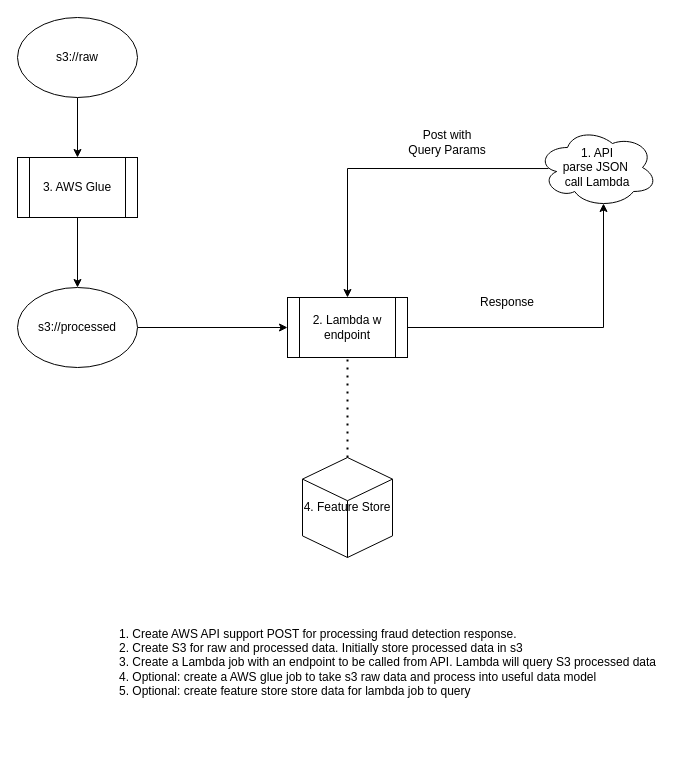
Above: poc.drawio in yimingli92/clouddigrams (draw.io), before the change. Source tidied: cells renumbered, new cells numbered last; positions are measured from the earlier drawing's top-left corner, leaving out a move shared by most shapes. Both pictures are drawn from the tidied source at 100%, with x=0, y=0 at pixel (17, 17).
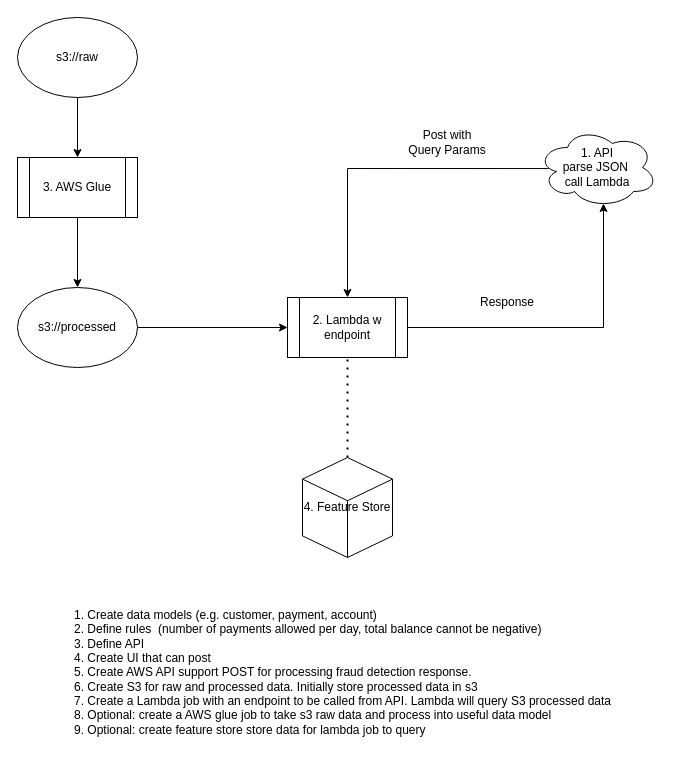
Above is the later version.

What changed in the source:
```diff
@@
 <mxGraphModel>
   <root>
     <mxCell id="0" />
     <mxCell id="1" parent="0" />
     <mxCell id="2" style="edgeStyle=orthogonalEdgeStyle;rounded=0;jettySize=auto;html=1;entryX=0.5;entryY=0;entryDx=0;entryDy=0;exitX=0.092;exitY=0.513;exitDx=0;exitDy=0;exitPerimeter=0;" parent="1" edge="1" source="3" target="5">
       <mxGeometry relative="1" as="geometry" />
     </mxCell>
     <mxCell id="3" value="1. API&lt;br&gt;parse JSON&amp;nbsp;&lt;br&gt;call Lambda" style="ellipse;shape=cloud;whiteSpace=wrap;html=1;" parent="1" vertex="1">
       <mxGeometry x="520" y="110" width="120" height="80" as="geometry" />
     </mxCell>
     <mxCell id="4" style="edgeStyle=orthogonalEdgeStyle;rounded=0;jettySize=auto;html=1;entryX=0.55;entryY=0.95;entryDx=0;entryDy=0;entryPerimeter=0;" parent="1" edge="1" source="5" target="3">
       <mxGeometry relative="1" as="geometry" />
     </mxCell>
     <mxCell id="5" value="2. Lambda w endpoint" style="shape=process;whiteSpace=wrap;html=1;backgroundOutline=1;" parent="1" vertex="1">
       <mxGeometry x="270" y="280" width="120" height="60" as="geometry" />
     </mxCell>
     <mxCell id="6" style="edgeStyle=orthogonalEdgeStyle;rounded=0;jettySize=auto;html=1;" parent="1" edge="1" source="7" target="11">
       <mxGeometry relative="1" as="geometry" />
     </mxCell>
     <mxCell id="7" value="3. AWS Glue" style="shape=process;whiteSpace=wrap;html=1;backgroundOutline=1;" parent="1" vertex="1">
       <mxGeometry y="140" width="120" height="60" as="geometry" />
     </mxCell>
     <mxCell id="8" style="edgeStyle=orthogonalEdgeStyle;rounded=0;jettySize=auto;html=1;" parent="1" edge="1" source="9" target="7">
       <mxGeometry relative="1" as="geometry" />
     </mxCell>
     <mxCell id="9" value="s3://raw" style="ellipse;whiteSpace=wrap;html=1;" parent="1" vertex="1">
       <mxGeometry width="120" height="80" as="geometry" />
     </mxCell>
     <mxCell id="10" style="edgeStyle=orthogonalEdgeStyle;rounded=0;jettySize=auto;html=1;entryX=0;entryY=0.5;entryDx=0;entryDy=0;" parent="1" edge="1" source="11" target="5">
       <mxGeometry relative="1" as="geometry" />
     </mxCell>
     <mxCell id="11" value="s3://processed" style="ellipse;whiteSpace=wrap;html=1;" parent="1" vertex="1">
       <mxGeometry y="270" width="120" height="80" as="geometry" />
     </mxCell>
     <mxCell id="12" value="Post with Query Params" style="text;html=1;strokeColor=none;fillColor=none;align=center;verticalAlign=middle;whiteSpace=wrap;rounded=0;" parent="1" vertex="1">
       <mxGeometry x="390" y="110" width="80" height="30" as="geometry" />
     </mxCell>
     <mxCell id="13" value="Response" style="text;html=1;strokeColor=none;fillColor=none;align=center;verticalAlign=middle;whiteSpace=wrap;rounded=0;" parent="1" vertex="1">
       <mxGeometry x="460" y="270" width="60" height="30" as="geometry" />
     </mxCell>
     <mxCell id="14" value="4. Feature Store" style="html=1;whiteSpace=wrap;shape=isoCube2;backgroundOutline=1;isoAngle=15;" parent="1" vertex="1">
       <mxGeometry x="285" y="440" width="90" height="100" as="geometry" />
     </mxCell>
     <mxCell id="15" style="endArrow=none;dashed=1;html=1;dashPattern=1 3;strokeWidth=2;rounded=0;entryX=0.5;entryY=1;entryDx=0;entryDy=0;" parent="1" edge="1" source="14" target="5">
       <mxGeometry relative="1" as="geometry" />
     </mxCell>
-    <mxCell id="16" value="1. Create AWS API support POST for processing fraud detection response.&lt;br&gt;2. Create S3 for raw and processed data. Initially store processed data in s3&lt;br&gt;3. Create a Lambda job with an endpoint to be called from API. Lambda will query S3 processed data&lt;br&gt;4. Optional: create a AWS glue job to take s3 raw data and process into useful data model&lt;br&gt;5. Optional: create feature store store data for lambda job to query" style="text;html=1;strokeColor=none;fillColor=none;align=left;verticalAlign=middle;whiteSpace=wrap;rounded=0;" parent="1" vertex="1">
-      <mxGeometry x="100" y="600" width="550" height="90" as="geometry" />
+    <mxCell id="16" value="1. Create data models (e.g. customer, payment, account)&lt;br&gt;2. Define rules&amp;nbsp; (number of payments allowed per day, total balance cannot be negative)&lt;br&gt;3. Define API&lt;br&gt;4. Create UI that can post&amp;nbsp;&lt;br&gt;5. Create AWS API support POST for processing fraud detection response.&lt;br&gt;6. Create S3 for raw and processed data. Initially store processed data in s3&lt;br&gt;7. Create a Lambda job with an endpoint to be called from API. Lambda will query S3 processed data&lt;br&gt;8. Optional: create a AWS glue job to take s3 raw data and process into useful data model&lt;br&gt;9. Optional: create feature store store data for lambda job to query" style="text;html=1;strokeColor=none;fillColor=none;align=left;verticalAlign=middle;whiteSpace=wrap;rounded=0;" parent="1" vertex="1">
+      <mxGeometry x="55" y="580" width="550" height="150" as="geometry" />
     </mxCell>
   </root>
 </mxGraphModel>
```
